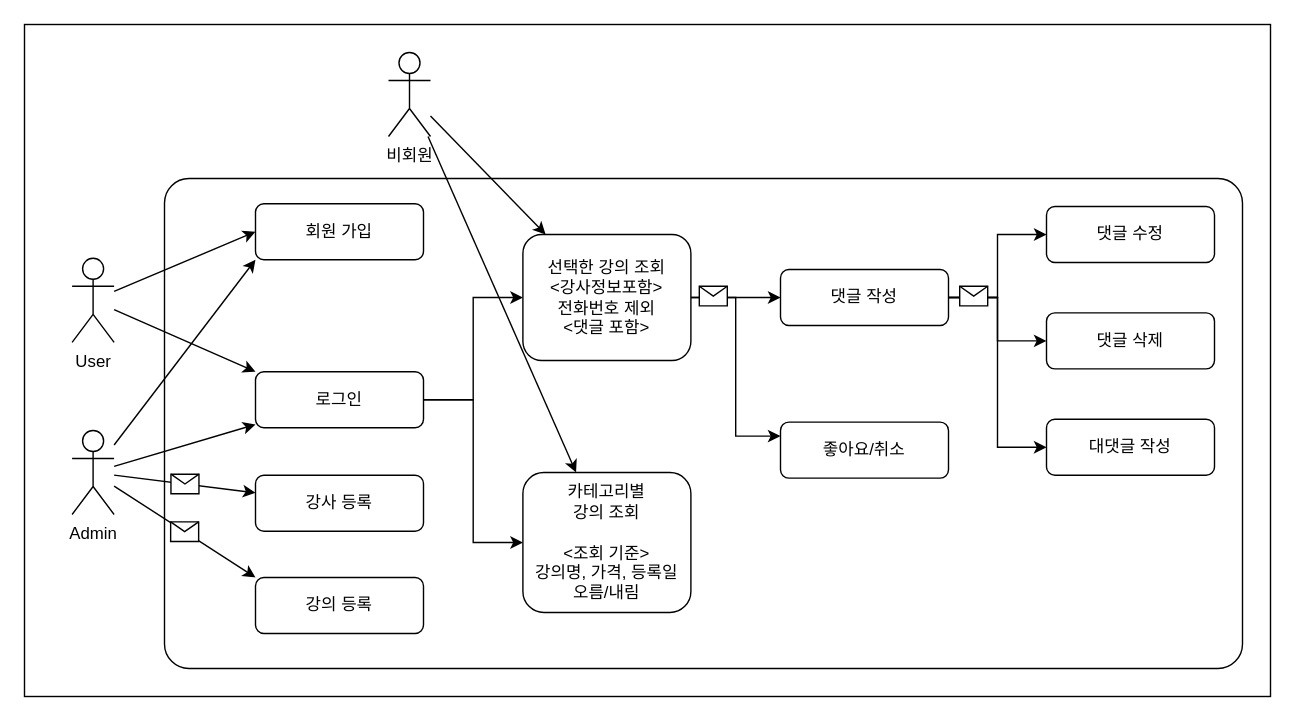
hyouoo/springLearn keeps this draw.io diagram as src/main/resources/static/lv5UCD.drawio. Above is the earlier version. Source tidied: cells renumbered, new cells numbered last; positions are measured from the earlier drawing's top-left corner, leaving out a move shared by most shapes. Both pictures are drawn from the tidied source at 140%, with x=0, y=0 at pixel (24, 24).
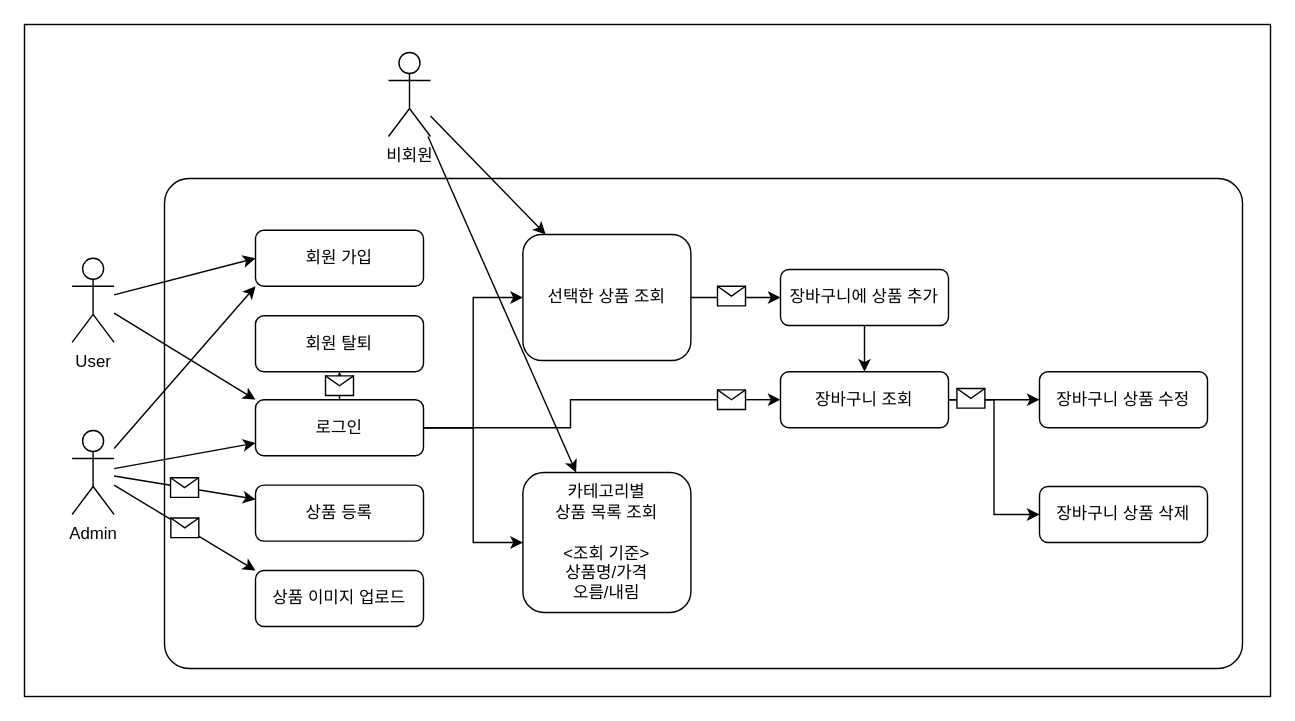
Above is the later version.

The change refers to these unchanged cells:
```xml
<mxCell id="5" value="Admin" style="shape=umlActor;verticalLabelPosition=bottom;verticalAlign=top;html=1;outlineConnect=0;" parent="1" vertex="1">
  <mxGeometry x="34" y="290" width="30" height="60" as="geometry" />
</mxCell>
```

What changed in the source:
```diff
@@
     <mxCell id="6" value="회원 가입" style="rounded=1;whiteSpace=wrap;html=1;" parent="1" vertex="1">
-      <mxGeometry x="165" y="128" width="120" height="40" as="geometry" />
+      <mxGeometry x="165" y="147" width="120" height="40" as="geometry" />
     </mxCell>
@@
     <mxCell id="9" value="로그인" style="rounded=1;whiteSpace=wrap;html=1;" parent="1" vertex="1">
-      <mxGeometry x="165" y="248" width="120" height="40" as="geometry" />
+      <mxGeometry x="165" y="268" width="120" height="40" as="geometry" />
     </mxCell>
-    <mxCell id="10" value="강사 등록" style="rounded=1;whiteSpace=wrap;html=1;" parent="1" vertex="1">
-      <mxGeometry x="165" y="322" width="120" height="40" as="geometry" />
+    <mxCell id="10" value="상품 등록" style="rounded=1;whiteSpace=wrap;html=1;" parent="1" vertex="1">
+      <mxGeometry x="165" y="329" width="120" height="40" as="geometry" />
     </mxCell>
-    <mxCell id="11" value="강의 등록" style="rounded=1;whiteSpace=wrap;html=1;" parent="1" vertex="1">
-      <mxGeometry x="165" y="395" width="120" height="40" as="geometry" />
-    </mxCell>
@@
-    <mxCell id="13" style="edgeStyle=orthogonalEdgeStyle;rounded=0;jettySize=auto;html=1;exitX=1;exitY=0.5;exitDx=0;exitDy=0;entryX=0;entryY=0.25;entryDx=0;entryDy=0;" parent="1" edge="1" source="14" target="23">
+    <mxCell id="13" style="edgeStyle=orthogonalEdgeStyle;rounded=0;jettySize=auto;html=1;exitX=1;exitY=0.5;exitDx=0;exitDy=0;entryX=0;entryY=0.5;entryDx=0;entryDy=0;" parent="1" edge="1" source="43" target="23">
       <mxGeometry relative="1" as="geometry" />
     </mxCell>
-    <mxCell id="14" value="선택한 강의 조회&lt;br&gt;&amp;lt;강사정보포함&amp;gt;&lt;br&gt;전화번호 제외&lt;br&gt;&amp;lt;댓글 포함&amp;gt;" style="rounded=1;whiteSpace=wrap;html=1;" parent="1" vertex="1">
+    <mxCell id="14" value="선택한 상품 조회" style="rounded=1;whiteSpace=wrap;html=1;" parent="1" vertex="1">
       <mxGeometry x="356" y="150" width="120" height="90" as="geometry" />
     </mxCell>
-    <mxCell id="15" style="edgeStyle=orthogonalEdgeStyle;rounded=0;jettySize=auto;html=1;exitX=1;exitY=0.5;exitDx=0;exitDy=0;entryX=0;entryY=0.5;entryDx=0;entryDy=0;" parent="1" edge="1" source="18" target="21">
+    <mxCell id="15" style="edgeStyle=orthogonalEdgeStyle;rounded=0;jettySize=auto;html=1;exitX=1;exitY=0.5;exitDx=0;exitDy=0;entryX=0;entryY=0.5;entryDx=0;entryDy=0;" parent="1" edge="1" source="23" target="44">
       <mxGeometry relative="1" as="geometry" />
     </mxCell>
-    <mxCell id="16" style="edgeStyle=orthogonalEdgeStyle;rounded=0;jettySize=auto;html=1;exitX=1;exitY=0.5;exitDx=0;exitDy=0;entryX=0;entryY=0.5;entryDx=0;entryDy=0;" parent="1" edge="1" source="18" target="22">
-      <mxGeometry relative="1" as="geometry" />
-    </mxCell>
-    <mxCell id="17" style="edgeStyle=orthogonalEdgeStyle;rounded=0;jettySize=auto;html=1;exitX=1;exitY=0.5;exitDx=0;exitDy=0;entryX=0;entryY=0.5;entryDx=0;entryDy=0;" parent="1" edge="1" source="18" target="19">
-      <mxGeometry relative="1" as="geometry" />
-    </mxCell>
+    <mxCell id="37" style="edgeStyle=orthogonalEdgeStyle;rounded=0;jettySize=auto;html=1;exitX=0.5;exitY=1;exitDx=0;exitDy=0;entryX=0.5;entryY=0;entryDx=0;entryDy=0;" parent="1" edge="1" source="18" target="23">
+      <mxGeometry relative="1" as="geometry" />
+    </mxCell>
-    <mxCell id="18" value="댓글 작성" style="rounded=1;whiteSpace=wrap;html=1;" parent="1" vertex="1">
+    <mxCell id="18" value="장바구니에 상품 추가" style="rounded=1;whiteSpace=wrap;html=1;" parent="1" vertex="1">
       <mxGeometry x="540" y="175" width="120" height="40" as="geometry" />
     </mxCell>
-    <mxCell id="19" value="대댓글 작성" style="rounded=1;whiteSpace=wrap;html=1;" parent="1" vertex="1">
-      <mxGeometry x="730" y="282" width="120" height="40" as="geometry" />
-    </mxCell>
-    <mxCell id="20" value="카테고리별&lt;br&gt;강의 조회&lt;br&gt;&lt;br&gt;&amp;lt;조회 기준&amp;gt;&lt;br&gt;강의명, 가격, 등록일&lt;br&gt;오름/내림" style="rounded=1;whiteSpace=wrap;html=1;" parent="1" vertex="1">
+    <mxCell id="20" value="카테고리별&lt;br&gt;상품 목록 조회&lt;br&gt;&lt;br&gt;&amp;lt;조회 기준&amp;gt;&lt;br&gt;상품명/가격&lt;br&gt;오름/내림" style="rounded=1;whiteSpace=wrap;html=1;" parent="1" vertex="1">
       <mxGeometry x="356" y="320" width="120" height="100" as="geometry" />
     </mxCell>
-    <mxCell id="21" value="댓글 수정" style="rounded=1;whiteSpace=wrap;html=1;" parent="1" vertex="1">
-      <mxGeometry x="730" y="130" width="120" height="40" as="geometry" />
-    </mxCell>
-    <mxCell id="22" value="댓글 삭제" style="rounded=1;whiteSpace=wrap;html=1;" parent="1" vertex="1">
-      <mxGeometry x="730" y="206" width="120" height="40" as="geometry" />
-    </mxCell>
+    <mxCell id="38" style="edgeStyle=orthogonalEdgeStyle;rounded=0;jettySize=auto;html=1;exitX=1;exitY=0.5;exitDx=0;exitDy=0;entryX=0;entryY=0.5;entryDx=0;entryDy=0;" parent="1" edge="1" source="23" target="45">
+      <mxGeometry relative="1" as="geometry" />
+    </mxCell>
-    <mxCell id="23" value="좋아요/취소" style="rounded=1;whiteSpace=wrap;html=1;" parent="1" vertex="1">
-      <mxGeometry x="540" y="284" width="120" height="40" as="geometry" />
+    <mxCell id="23" value="장바구니 조회" style="rounded=1;whiteSpace=wrap;html=1;" parent="1" vertex="1">
+      <mxGeometry x="540" y="248" width="120" height="40" as="geometry" />
     </mxCell>
@@
-    <mxCell id="30" style="endArrow=classic;html=1;rounded=0;entryX=0;entryY=0;entryDx=0;entryDy=0;" parent="1" edge="1" source="5" target="11">
-      <mxGeometry relative="1" as="geometry" />
-    </mxCell>
-    <mxCell id="31" style="shape=message;html=1;" parent="30" vertex="1">
-      <mxGeometry width="20" height="14" relative="1" as="geometry">
-        <mxPoint x="-10" y="-7" as="offset" />
-      </mxGeometry>
-    </mxCell>
@@
     <mxCell id="35" style="shape=message;html=1;html=1;labelPosition=center;verticalLabelPosition=bottom;align=center;verticalAlign=top;" parent="1" vertex="1">
-      <mxGeometry x="482" y="187" width="20" height="14" as="geometry" />
+      <mxGeometry x="495" y="187" width="20" height="14" as="geometry" />
     </mxCell>
     <mxCell id="36" style="shape=message;html=1;html=1;labelPosition=center;verticalLabelPosition=bottom;align=center;verticalAlign=top;" parent="1" vertex="1">
-      <mxGeometry x="668" y="187" width="20" height="14" as="geometry" />
+      <mxGeometry x="666" y="260" width="20" height="14" as="geometry" />
     </mxCell>
+    <mxCell id="39" value="상품 이미지 업로드" style="rounded=1;whiteSpace=wrap;html=1;" parent="1" vertex="1">
+      <mxGeometry x="165" y="390" width="120" height="40" as="geometry" />
+    </mxCell>
+    <mxCell id="40" style="endArrow=classic;html=1;rounded=0;entryX=0;entryY=0;entryDx=0;entryDy=0;" parent="1" edge="1" source="5" target="39">
+      <mxGeometry relative="1" as="geometry" />
+    </mxCell>
+    <mxCell id="41" style="shape=message;html=1;" parent="40" vertex="1">
+      <mxGeometry width="20" height="14" relative="1" as="geometry">
+        <mxPoint x="-10" y="-7" as="offset" />
+      </mxGeometry>
+    </mxCell>
+    <mxCell id="42" style="edgeStyle=orthogonalEdgeStyle;rounded=0;jettySize=auto;html=1;exitX=1;exitY=0.5;exitDx=0;exitDy=0;entryX=0;entryY=0.5;entryDx=0;entryDy=0;endArrow=none;endFill=0;" parent="1" edge="1" source="9" target="43">
+      <mxGeometry relative="1" as="geometry" />
+    </mxCell>
+    <mxCell id="43" style="shape=message;html=1;html=1;outlineConnect=0;labelPosition=center;verticalLabelPosition=bottom;align=center;verticalAlign=top;" parent="1" vertex="1">
+      <mxGeometry x="495" y="261" width="20" height="14" as="geometry" />
+    </mxCell>
+    <mxCell id="44" value="장바구니 상품 수정" style="rounded=1;whiteSpace=wrap;html=1;" parent="1" vertex="1">
+      <mxGeometry x="725" y="248" width="120" height="40" as="geometry" />
+    </mxCell>
+    <mxCell id="45" value="장바구니 상품 삭제" style="rounded=1;whiteSpace=wrap;html=1;" parent="1" vertex="1">
+      <mxGeometry x="725" y="330" width="120" height="40" as="geometry" />
+    </mxCell>
+    <mxCell id="46" value="회원 탈퇴" style="rounded=1;whiteSpace=wrap;html=1;" parent="1" vertex="1">
+      <mxGeometry x="165" y="208" width="120" height="40" as="geometry" />
+    </mxCell>
+    <mxCell id="47" style="endArrow=classic;html=1;rounded=0;exitX=0.5;exitY=0;exitDx=0;exitDy=0;entryX=0.5;entryY=1;entryDx=0;entryDy=0;" parent="1" edge="1" source="9" target="46">
+      <mxGeometry relative="1" as="geometry" />
+    </mxCell>
+    <mxCell id="48" style="shape=message;html=1;" parent="47" vertex="1">
+      <mxGeometry width="20" height="14" relative="1" as="geometry">
+        <mxPoint x="-10" y="-7" as="offset" />
+      </mxGeometry>
+    </mxCell>
```
